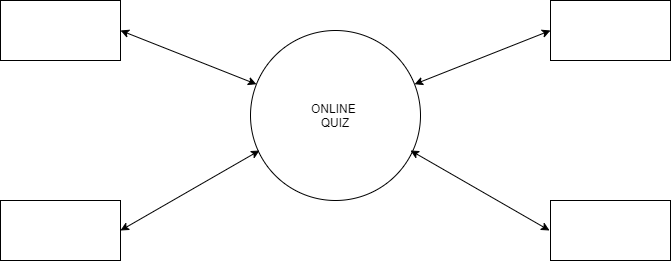
Basavaraj2k00/Story keeps this draw.io diagram as flow.png. Above is the earlier version. Source tidied: cells renumbered, new cells last; positions are measured from the earlier drawing's top-left corner, leaving out a move shared by most shapes.
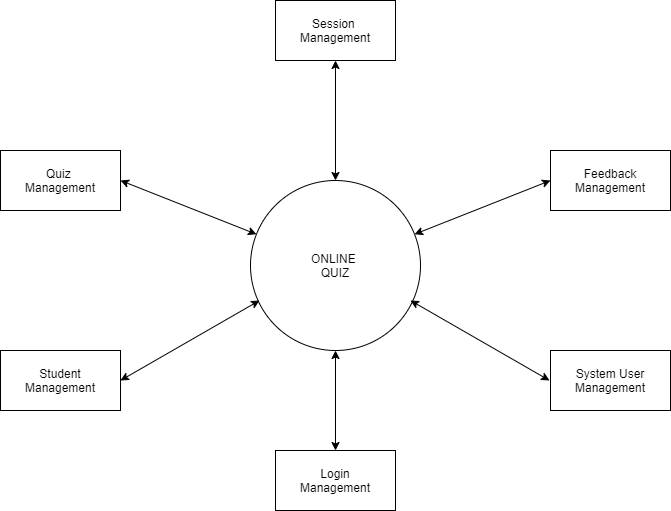
After the change.

Diff of the diagram source:
```diff
@@ -5,7 +5,7 @@
     <mxCell id="2" value="ONLINE&amp;nbsp;&lt;br&gt;QUIZ" style="ellipse;whiteSpace=wrap;html=1;" parent="1" vertex="1">
       <mxGeometry x="250" y="30" width="170" height="170" as="geometry" />
     </mxCell>
-    <mxCell id="3" style="whiteSpace=wrap;html=1;" parent="1" vertex="1">
+    <mxCell id="3" value="System User&lt;br&gt;Management" style="whiteSpace=wrap;html=1;" parent="1" vertex="1">
       <mxGeometry x="550" y="200" width="120" height="60" as="geometry" />
     </mxCell>
     <mxCell id="4" style="endArrow=classic;startArrow=classic;html=1;" parent="1" edge="1">
@@ -14,13 +14,13 @@
         <mxPoint x="549" y="230" as="targetPoint" />
       </mxGeometry>
     </mxCell>
-    <mxCell id="5" style="whiteSpace=wrap;html=1;" parent="1" vertex="1">
+    <mxCell id="5" value="Feedback&lt;br&gt;Management" style="whiteSpace=wrap;html=1;" parent="1" vertex="1">
       <mxGeometry x="550" width="120" height="60" as="geometry" />
     </mxCell>
     <mxCell id="6" style="endArrow=classic;startArrow=classic;html=1;entryX=0;entryY=0.5;entryDx=0;entryDy=0;" parent="1" edge="1" source="2" target="5">
       <mxGeometry relative="1" as="geometry" />
     </mxCell>
-    <mxCell id="7" style="whiteSpace=wrap;html=1;" parent="1" vertex="1">
+    <mxCell id="7" value="Student&lt;br&gt;Management" style="whiteSpace=wrap;html=1;" parent="1" vertex="1">
       <mxGeometry y="200" width="120" height="60" as="geometry" />
     </mxCell>
     <mxCell id="8" style="endArrow=classic;startArrow=classic;html=1;exitX=1;exitY=0.5;exitDx=0;exitDy=0;" parent="1" edge="1" source="7">
@@ -28,11 +28,23 @@
         <mxPoint x="259" y="150" as="targetPoint" />
       </mxGeometry>
     </mxCell>
-    <mxCell id="9" style="whiteSpace=wrap;html=1;" parent="1" vertex="1">
+    <mxCell id="9" value="Quiz &lt;br&gt;Management" style="whiteSpace=wrap;html=1;" parent="1" vertex="1">
       <mxGeometry width="120" height="60" as="geometry" />
     </mxCell>
     <mxCell id="10" style="endArrow=classic;startArrow=classic;html=1;exitX=1;exitY=0.5;exitDx=0;exitDy=0;" parent="1" edge="1" source="9" target="2">
       <mxGeometry relative="1" as="geometry" />
     </mxCell>
+    <mxCell id="11" value="Session &lt;br&gt;Management" style="whiteSpace=wrap;html=1;" parent="1" vertex="1">
+      <mxGeometry x="275" y="-150" width="120" height="60" as="geometry" />
+    </mxCell>
+    <mxCell id="12" value="Login&lt;br&gt;Management" style="whiteSpace=wrap;html=1;" parent="1" vertex="1">
+      <mxGeometry x="275" y="300" width="120" height="60" as="geometry" />
+    </mxCell>
+    <mxCell id="13" style="endArrow=classic;startArrow=classic;html=1;entryX=0.5;entryY=0;entryDx=0;entryDy=0;exitX=0.5;exitY=1;exitDx=0;exitDy=0;" parent="1" edge="1" source="11" target="2">
+      <mxGeometry relative="1" as="geometry" />
+    </mxCell>
+    <mxCell id="14" style="endArrow=classic;startArrow=classic;html=1;entryX=0.5;entryY=0;entryDx=0;entryDy=0;exitX=0.5;exitY=1;exitDx=0;exitDy=0;" parent="1" edge="1" source="2" target="12">
+      <mxGeometry relative="1" as="geometry" />
+    </mxCell>
   </root>
 </mxGraphModel>
```
